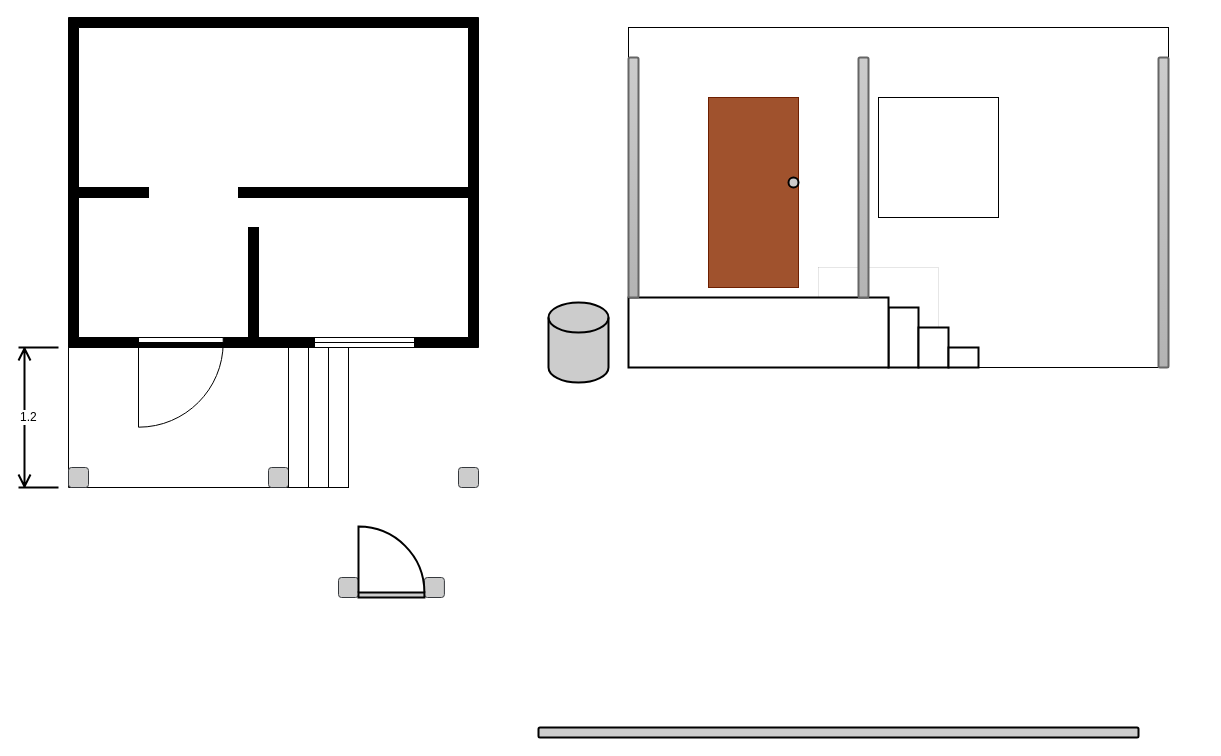
This is Untitled Diagram.drawio from dimas-lex/autostop, a draw.io file, before an edit. Source tidied: cells renumbered, new cells numbered last; positions are measured from the earlier drawing's top-left corner, leaving out a move shared by most shapes. Both pictures are drawn from the tidied source at 100%, with x=0, y=0 at pixel (18, 17).
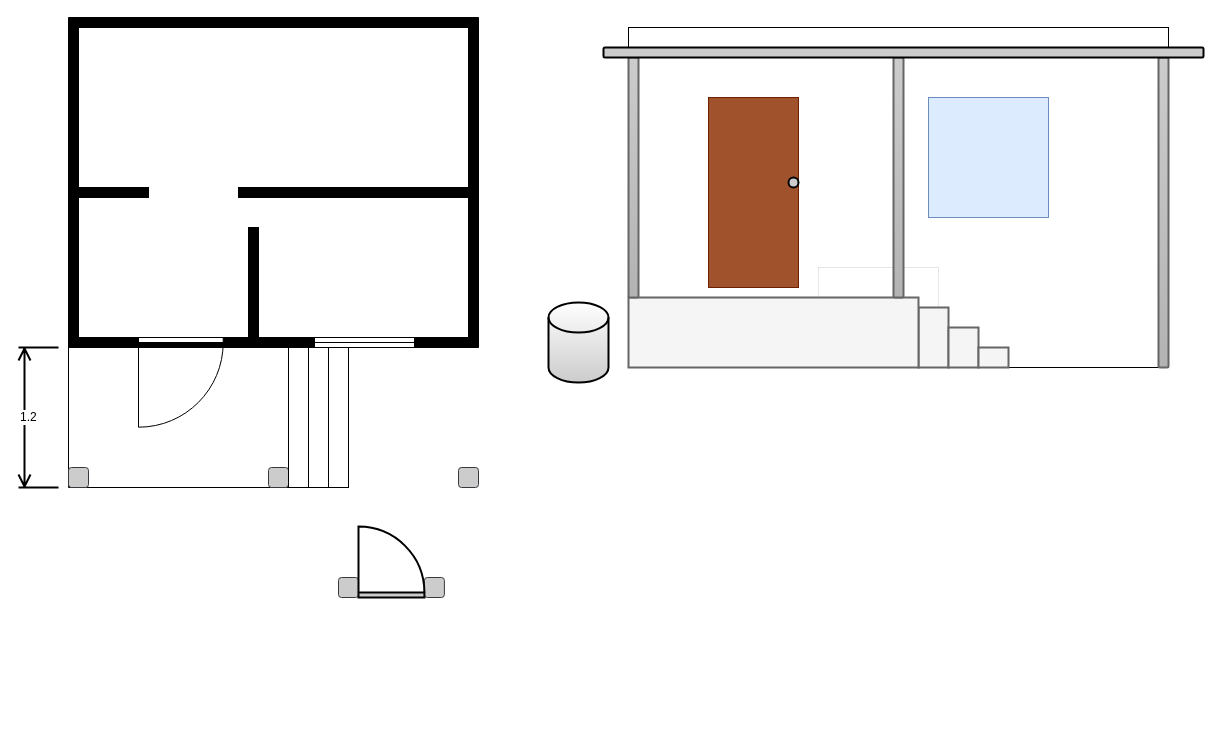
The same page after the edit.

The edit, as a diff of the source:
```diff
@@
-    <mxCell id="17" style="rounded=0;whiteSpace=wrap;html=1;" parent="1" vertex="1">
-      <mxGeometry x="860" y="80" width="120" height="120" as="geometry" />
+    <mxCell id="17" style="rounded=0;whiteSpace=wrap;html=1;fillColor=#DDEBFF;strokeColor=#6c8ebf;" parent="1" vertex="1">
+      <mxGeometry x="910" y="80" width="120" height="120" as="geometry" />
     </mxCell>
@@
-    <mxCell id="19" style="rounded=0;whiteSpace=wrap;html=1;strokeWidth=2;" parent="1" vertex="1">
-      <mxGeometry x="870" y="290" width="30" height="60" as="geometry" />
+    <mxCell id="19" style="rounded=0;whiteSpace=wrap;html=1;strokeWidth=2;fillColor=#f5f5f5;strokeColor=#666666;fontColor=#333333;" parent="1" vertex="1">
+      <mxGeometry x="900" y="290" width="30" height="60" as="geometry" />
     </mxCell>
-    <mxCell id="20" style="rounded=0;whiteSpace=wrap;html=1;strokeWidth=2;" parent="1" vertex="1">
-      <mxGeometry x="610" y="280" width="260" height="70" as="geometry" />
+    <mxCell id="20" style="rounded=0;whiteSpace=wrap;html=1;strokeWidth=2;fillColor=#f5f5f5;strokeColor=#666666;fontColor=#333333;" parent="1" vertex="1">
+      <mxGeometry x="610" y="280" width="290" height="70" as="geometry" />
     </mxCell>
-    <mxCell id="21" style="rounded=0;whiteSpace=wrap;html=1;strokeWidth=2;" parent="1" vertex="1">
-      <mxGeometry x="900" y="310" width="30" height="40" as="geometry" />
+    <mxCell id="21" style="rounded=0;whiteSpace=wrap;html=1;strokeWidth=2;fillColor=#f5f5f5;strokeColor=#666666;fontColor=#333333;" parent="1" vertex="1">
+      <mxGeometry x="930" y="310" width="30" height="40" as="geometry" />
     </mxCell>
-    <mxCell id="22" style="rounded=0;whiteSpace=wrap;html=1;strokeWidth=2;" parent="1" vertex="1">
-      <mxGeometry x="930" y="330" width="30" height="20" as="geometry" />
+    <mxCell id="22" style="rounded=0;whiteSpace=wrap;html=1;strokeWidth=2;fillColor=#f5f5f5;strokeColor=#666666;fontColor=#333333;" parent="1" vertex="1">
+      <mxGeometry x="960" y="330" width="30" height="20" as="geometry" />
     </mxCell>
@@
     <mxCell id="24" style="rounded=1;whiteSpace=wrap;html=1;strokeWidth=2;fillColor=#ccc;strokeColor=#666666;gradientColor=#b3b3b3;" parent="1" vertex="1">
-      <mxGeometry x="840" y="40" width="10" height="240" as="geometry" />
+      <mxGeometry x="875" y="40" width="10" height="240" as="geometry" />
     </mxCell>
@@
     <mxCell id="30" style="rounded=1;whiteSpace=wrap;html=1;strokeWidth=2;fillColor=#ccc;" parent="1" vertex="1">
-      <mxGeometry x="520" y="710" width="600" height="10" as="geometry" />
+      <mxGeometry x="585" y="30" width="600" height="10" as="geometry" />
     </mxCell>
-    <mxCell id="31" style="shape=cylinder3;whiteSpace=wrap;html=1;boundedLbl=1;backgroundOutline=1;size=15;strokeWidth=2;fillColor=#ccc;" parent="1" vertex="1">
+    <mxCell id="31" style="shape=cylinder3;whiteSpace=wrap;html=1;boundedLbl=1;backgroundOutline=1;size=15;strokeWidth=2;fillColor=#ccc;gradientColor=#ffffff;gradientDirection=north;" parent="1" vertex="1">
       <mxGeometry x="530" y="285" width="60" height="80" as="geometry" />
     </mxCell>
```
